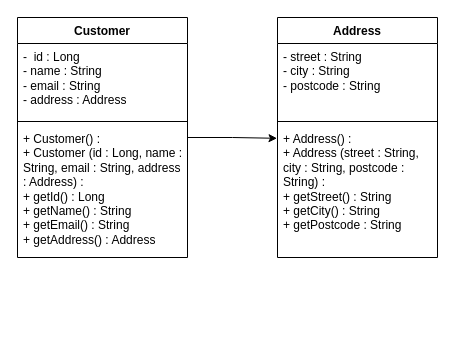
The draw.io diagram docs/uml/CustomerAddress.drawio in dnihs/oop-tutorials, before the edit. Source tidied: cells renumbered, new cells numbered last; positions are measured from the earlier drawing's top-left corner, leaving out a move shared by most shapes. Both pictures are drawn from the tidied source at 100%, with x=0, y=0 at pixel (17, 17).
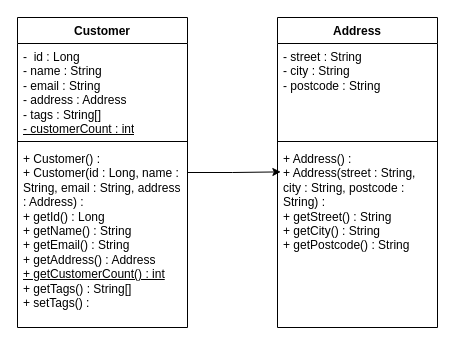
The same diagram, later.

Commit message (it also covers changes not shown here):
Week 2 tutorial Stretch Task: Customer count, tags array, and product endpoint updated.

What changed in the source:
```diff
@@
 <mxGraphModel>
   <root>
     <mxCell id="0" />
     <mxCell id="1" parent="0" />
     <mxCell id="2" value="Customer" style="swimlane;fontStyle=1;align=center;verticalAlign=top;horizontal=1;startSize=26;whiteSpace=wrap;html=1;" parent="1" vertex="1">
-      <mxGeometry width="170" height="240" as="geometry" />
+      <mxGeometry width="170" height="310" as="geometry" />
     </mxCell>
-    <mxCell id="3" value="-&amp;nbsp; id : Long&lt;br&gt;- name : String&lt;br&gt;- email : String&lt;br&gt;- address : Address" style="text;strokeColor=none;fillColor=none;align=left;verticalAlign=top;spacingLeft=4;spacingRight=4;overflow=hidden;whiteSpace=wrap;html=1;" parent="2" vertex="1">
-      <mxGeometry y="26" width="170" height="74" as="geometry" />
+    <mxCell id="3" value="-&amp;nbsp; id : Long&lt;br&gt;- name : String&lt;br&gt;- email : String&lt;br&gt;- address : Address&lt;br&gt;- tags : String[]&lt;br&gt;&lt;u&gt;- customerCount : int&lt;/u&gt;" style="text;strokeColor=none;fillColor=none;align=left;verticalAlign=top;spacingLeft=4;spacingRight=4;overflow=hidden;whiteSpace=wrap;html=1;" parent="2" vertex="1">
+      <mxGeometry y="26" width="170" height="94" as="geometry" />
     </mxCell>
     <mxCell id="4" style="line;strokeWidth=1;fillColor=none;align=left;verticalAlign=middle;spacingTop=-1;spacingLeft=3;spacingRight=3;labelPosition=right;strokeColor=inherit;" parent="2" vertex="1">
-      <mxGeometry y="100" width="170" height="8" as="geometry" />
+      <mxGeometry y="120" width="170" height="8" as="geometry" />
     </mxCell>
-    <mxCell id="5" value="+ Customer() :&amp;nbsp;&lt;br&gt;+ Customer (id : Long, name : String, email : String, address : Address) :&amp;nbsp;&lt;br&gt;+ getId() : Long&lt;br&gt;+ getName() : String&lt;br&gt;+ getEmail() : String&lt;br&gt;+ getAddress() : Address" style="text;strokeColor=none;fillColor=none;align=left;verticalAlign=top;spacingLeft=4;spacingRight=4;overflow=hidden;whiteSpace=wrap;html=1;" parent="2" vertex="1">
-      <mxGeometry y="108" width="170" height="132" as="geometry" />
+    <mxCell id="5" value="+ Customer() :&amp;nbsp;&lt;br&gt;+ Customer(id : Long, name : String, email : String, address : Address) :&amp;nbsp;&lt;br&gt;+ getId() : Long&lt;br&gt;+ getName() : String&lt;br&gt;+ getEmail() : String&lt;br&gt;+ getAddress() : Address&lt;br&gt;&lt;u&gt;+ getCustomerCount() : int&lt;/u&gt;&lt;br&gt;+ getTags() : String[]&lt;br&gt;+ setTags() :" style="text;strokeColor=none;fillColor=none;align=left;verticalAlign=top;spacingLeft=4;spacingRight=4;overflow=hidden;whiteSpace=wrap;html=1;" parent="2" vertex="1">
+      <mxGeometry y="128" width="170" height="182" as="geometry" />
     </mxCell>
     <mxCell id="6" value="Address" style="swimlane;fontStyle=1;align=center;verticalAlign=top;horizontal=1;startSize=26;whiteSpace=wrap;html=1;" parent="1" vertex="1">
-      <mxGeometry x="260" width="160" height="240" as="geometry" />
+      <mxGeometry x="260" width="160" height="310" as="geometry" />
     </mxCell>
     <mxCell id="7" value="- street : String&lt;br&gt;- city : String&lt;br&gt;- postcode : String" style="text;strokeColor=none;fillColor=none;align=left;verticalAlign=top;spacingLeft=4;spacingRight=4;overflow=hidden;whiteSpace=wrap;html=1;" parent="6" vertex="1">
-      <mxGeometry y="26" width="160" height="74" as="geometry" />
+      <mxGeometry y="26" width="160" height="94" as="geometry" />
     </mxCell>
     <mxCell id="8" style="line;strokeWidth=1;fillColor=none;align=left;verticalAlign=middle;spacingTop=-1;spacingLeft=3;spacingRight=3;labelPosition=right;strokeColor=inherit;" parent="6" vertex="1">
-      <mxGeometry y="100" width="160" height="8" as="geometry" />
+      <mxGeometry y="120" width="160" height="8" as="geometry" />
     </mxCell>
-    <mxCell id="9" value="+ Address() :&amp;nbsp;&lt;br&gt;+ Address (street : String, city : String, postcode : String) :&amp;nbsp;&lt;br&gt;+ getStreet() : String&lt;br&gt;+ getCity() : String&lt;br&gt;+ getPostcode : String" style="text;strokeColor=none;fillColor=none;align=left;verticalAlign=top;spacingLeft=4;spacingRight=4;overflow=hidden;points=[[0,0.5],[1,0.5]];portConstraint=eastwest;whiteSpace=wrap;html=1;" parent="6" vertex="1">
-      <mxGeometry y="108" width="160" height="132" as="geometry" />
+    <mxCell id="9" value="+ Address() :&amp;nbsp;&lt;br&gt;+ Address(street : String, city : String, postcode : String) :&amp;nbsp;&lt;br&gt;+ getStreet() : String&lt;br&gt;+ getCity() : String&lt;br&gt;+ getPostcode() : String" style="text;strokeColor=none;fillColor=none;align=left;verticalAlign=top;spacingLeft=4;spacingRight=4;overflow=hidden;points=[[0,0.5],[1,0.5]];portConstraint=eastwest;whiteSpace=wrap;html=1;" parent="6" vertex="1">
+      <mxGeometry y="128" width="160" height="182" as="geometry" />
     </mxCell>
-    <mxCell id="10" style="edgeStyle=orthogonalEdgeStyle;rounded=0;jettySize=auto;html=1;entryX=-0.003;entryY=0.097;entryDx=0;entryDy=0;entryPerimeter=0;" parent="1" edge="1" source="2" target="9">
+    <mxCell id="10" style="edgeStyle=orthogonalEdgeStyle;rounded=0;jettySize=auto;html=1;entryX=0.021;entryY=0.145;entryDx=0;entryDy=0;entryPerimeter=0;" parent="1" edge="1" source="2" target="9">
       <mxGeometry relative="1" as="geometry" />
     </mxCell>
   </root>
 </mxGraphModel>
```
